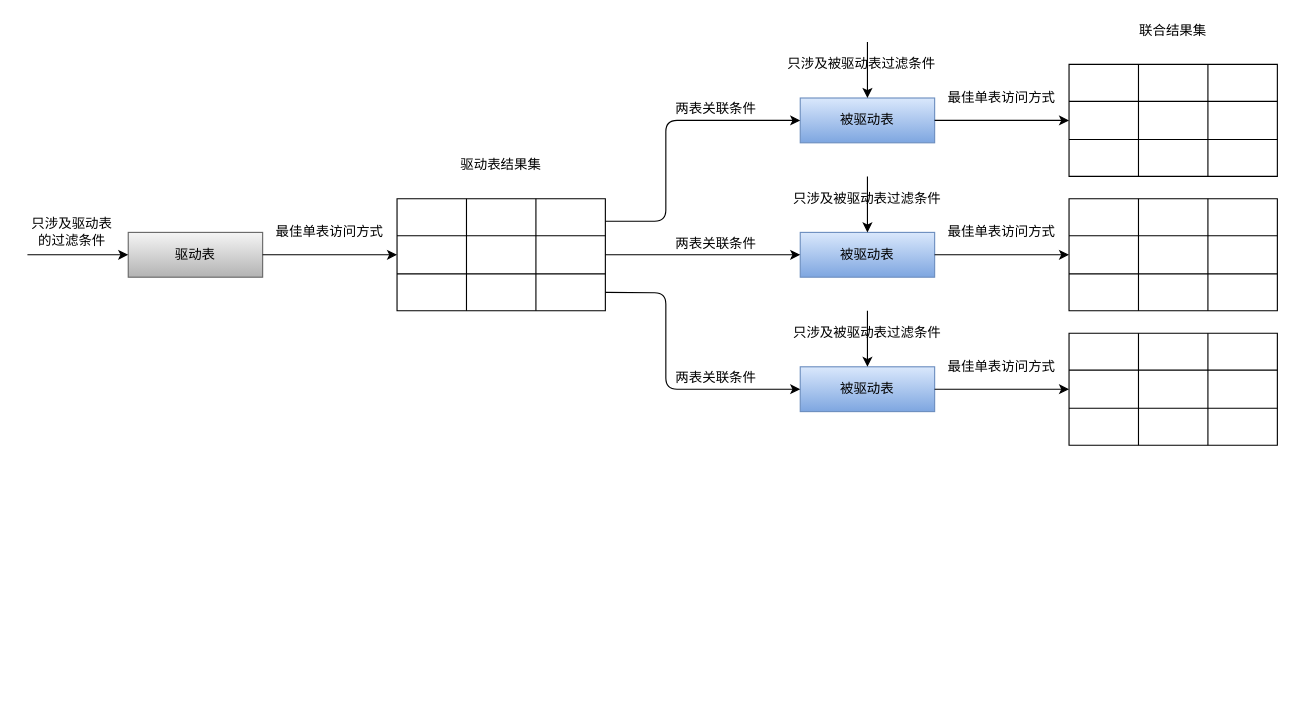
The draw.io diagram NLJ.drawio in wqfgithub/drawio, before the edit. Source tidied: cells renumbered, new cells numbered last; positions are measured from the earlier drawing's top-left corner, leaving out a move shared by most shapes. Both pictures are drawn from the tidied source at 112%, with x=0, y=0 at pixel (27, 19).
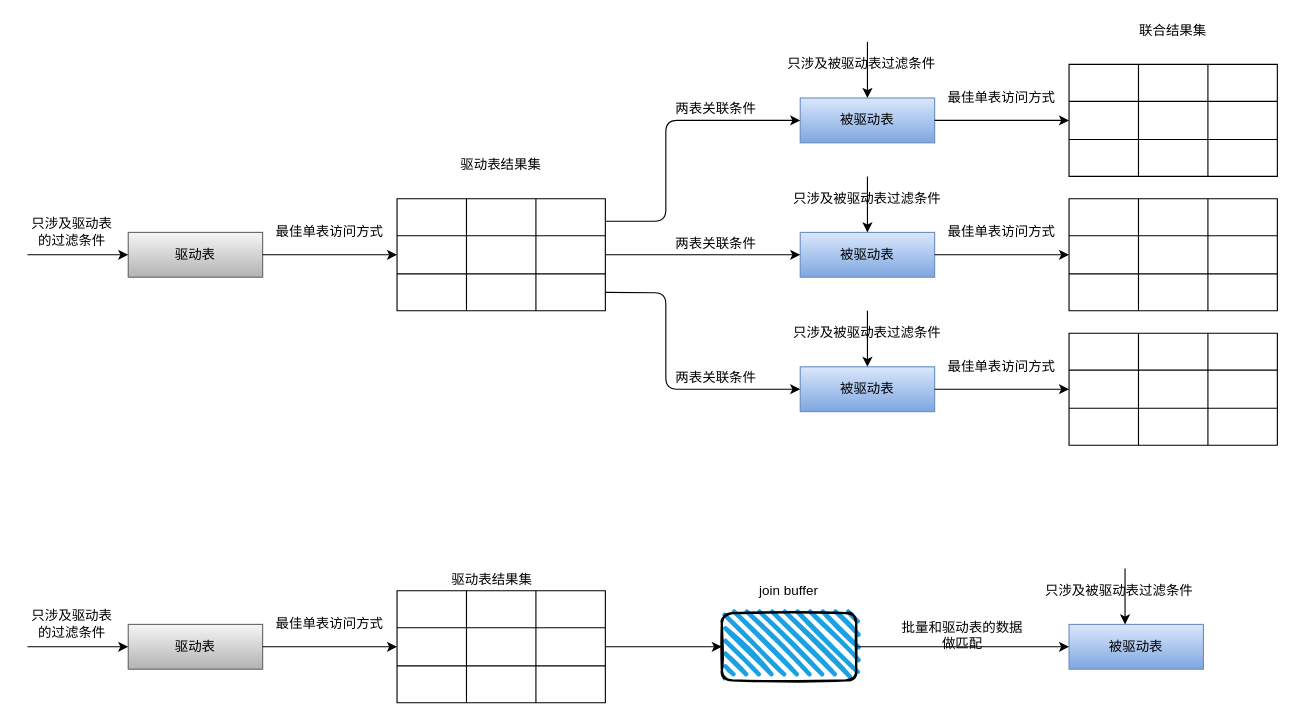
Above is the later version.

What changed in the source:
```diff
@@
+    <mxCell id="82" style="shape=table;html=1;whiteSpace=wrap;startSize=0;childLayout=tableLayout;" parent="1" vertex="1">
+      <mxGeometry x="330" y="510" width="186" height="100" as="geometry" />
+    </mxCell>
+    <mxCell id="83" style="shape=partialRectangle;html=1;whiteSpace=wrap;fillColor=none;top=0;left=0;bottom=0;right=0;" parent="82" vertex="1">
+      <mxGeometry width="186" height="33" as="geometry" />
+    </mxCell>
+    <mxCell id="84" style="shape=partialRectangle;html=1;whiteSpace=wrap;fillColor=none;top=0;left=0;bottom=0;right=0;overflow=hidden;" parent="83" vertex="1">
+      <mxGeometry width="62" height="33" as="geometry" />
+    </mxCell>
+    <mxCell id="85" style="shape=partialRectangle;html=1;whiteSpace=wrap;fillColor=none;top=0;left=0;bottom=0;right=0;overflow=hidden;" parent="83" vertex="1">
+      <mxGeometry x="62" width="62" height="33" as="geometry" />
+    </mxCell>
+    <mxCell id="86" style="shape=partialRectangle;html=1;whiteSpace=wrap;fillColor=none;top=0;left=0;bottom=0;right=0;overflow=hidden;" parent="83" vertex="1">
+      <mxGeometry x="124" width="62" height="33" as="geometry" />
+    </mxCell>
+    <mxCell id="87" style="shape=partialRectangle;html=1;whiteSpace=wrap;fillColor=none;top=0;left=0;bottom=0;right=0;points=[[0,0.5],[1,0.5]];portConstraint=eastwest;" parent="82" vertex="1">
+      <mxGeometry y="33" width="186" height="34" as="geometry" />
+    </mxCell>
+    <mxCell id="88" style="shape=partialRectangle;html=1;whiteSpace=wrap;fillColor=none;top=0;left=0;bottom=0;right=0;overflow=hidden;" parent="87" vertex="1">
+      <mxGeometry width="62" height="34" as="geometry" />
+    </mxCell>
+    <mxCell id="89" style="shape=partialRectangle;html=1;whiteSpace=wrap;fillColor=none;top=0;left=0;bottom=0;right=0;overflow=hidden;" parent="87" vertex="1">
+      <mxGeometry x="62" width="62" height="34" as="geometry" />
+    </mxCell>
+    <mxCell id="90" style="shape=partialRectangle;html=1;whiteSpace=wrap;fillColor=none;top=0;left=0;bottom=0;right=0;overflow=hidden;" parent="87" vertex="1">
+      <mxGeometry x="124" width="62" height="34" as="geometry" />
+    </mxCell>
+    <mxCell id="91" style="shape=partialRectangle;html=1;whiteSpace=wrap;fillColor=none;top=0;left=0;bottom=0;right=0;" parent="82" vertex="1">
+      <mxGeometry y="67" width="186" height="33" as="geometry" />
+    </mxCell>
+    <mxCell id="92" style="shape=partialRectangle;html=1;whiteSpace=wrap;fillColor=none;top=0;left=0;bottom=0;right=0;overflow=hidden;" parent="91" vertex="1">
+      <mxGeometry width="62" height="33" as="geometry" />
+    </mxCell>
+    <mxCell id="93" style="shape=partialRectangle;html=1;whiteSpace=wrap;fillColor=none;top=0;left=0;bottom=0;right=0;overflow=hidden;" parent="91" vertex="1">
+      <mxGeometry x="62" width="62" height="33" as="geometry" />
+    </mxCell>
+    <mxCell id="94" style="shape=partialRectangle;html=1;whiteSpace=wrap;fillColor=none;top=0;left=0;bottom=0;right=0;overflow=hidden;" parent="91" vertex="1">
+      <mxGeometry x="124" width="62" height="33" as="geometry" />
+    </mxCell>
+    <mxCell id="95" value="驱动表" style="rounded=0;whiteSpace=wrap;html=1;gradientColor=#b3b3b3;fillColor=#f5f5f5;strokeColor=#666666;" parent="1" vertex="1">
+      <mxGeometry x="90" y="540" width="120" height="40" as="geometry" />
+    </mxCell>
+    <mxCell id="96" style="endArrow=classic;html=1;" parent="1" edge="1">
+      <mxGeometry relative="1" as="geometry">
+        <mxPoint y="560" as="sourcePoint" />
+        <mxPoint x="90" y="560" as="targetPoint" />
+      </mxGeometry>
+    </mxCell>
+    <mxCell id="97" value="只涉及驱动表的过滤条件" style="text;html=1;strokeColor=none;fillColor=none;align=center;verticalAlign=middle;whiteSpace=wrap;rounded=0;" parent="1" vertex="1">
+      <mxGeometry y="530" width="80" height="20" as="geometry" />
+    </mxCell>
+    <mxCell id="98" style="endArrow=classic;html=1;exitX=1;exitY=0.5;exitDx=0;exitDy=0;entryX=0;entryY=0.5;entryDx=0;entryDy=0;" parent="1" edge="1" source="95">
+      <mxGeometry relative="1" as="geometry">
+        <mxPoint x="330" y="560" as="targetPoint" />
+      </mxGeometry>
+    </mxCell>
+    <mxCell id="99" value="最佳单表访问方式" style="text;html=1;strokeColor=none;fillColor=none;align=center;verticalAlign=middle;whiteSpace=wrap;rounded=0;" parent="1" vertex="1">
+      <mxGeometry x="220" y="520" width="100" height="40" as="geometry" />
+    </mxCell>
+    <mxCell id="100" value="驱动表结果集" style="text;html=1;strokeColor=none;fillColor=none;align=center;verticalAlign=middle;whiteSpace=wrap;rounded=0;" parent="1" vertex="1">
+      <mxGeometry x="360" y="490" width="110" height="20" as="geometry" />
+    </mxCell>
+    <mxCell id="101" style="endArrow=classic;html=1;exitX=1;exitY=0.5;exitDx=0;exitDy=0;" parent="1" edge="1" source="87">
+      <mxGeometry relative="1" as="geometry">
+        <mxPoint x="620" y="560" as="targetPoint" />
+      </mxGeometry>
+    </mxCell>
+    <mxCell id="102" style="rounded=1;whiteSpace=wrap;html=1;strokeWidth=2;fillWeight=4;hachureGap=8;hachureAngle=45;fillColor=#1ba1e2;sketch=1;" parent="1" vertex="1">
+      <mxGeometry x="620" y="530" width="120" height="60" as="geometry" />
+    </mxCell>
+    <mxCell id="103" value="join buffer" style="text;html=1;strokeColor=none;fillColor=none;align=center;verticalAlign=middle;whiteSpace=wrap;rounded=0;" parent="1" vertex="1">
+      <mxGeometry x="625" y="500" width="110" height="20" as="geometry" />
+    </mxCell>
+    <mxCell id="104" value="被驱动表" style="rounded=0;whiteSpace=wrap;html=1;gradientColor=#7ea6e0;fillColor=#dae8fc;strokeColor=#6c8ebf;" parent="1" vertex="1">
+      <mxGeometry x="930" y="540" width="120" height="40" as="geometry" />
+    </mxCell>
+    <mxCell id="105" style="endArrow=classic;html=1;exitX=1;exitY=0.5;exitDx=0;exitDy=0;entryX=0;entryY=0.5;entryDx=0;entryDy=0;entryPerimeter=0;" parent="1" edge="1" source="102" target="104">
+      <mxGeometry relative="1" as="geometry" />
+    </mxCell>
+    <mxCell id="106" value="批量和驱动表的数据做匹配" style="text;html=1;strokeColor=none;fillColor=none;align=center;verticalAlign=middle;whiteSpace=wrap;rounded=0;" parent="1" vertex="1">
+      <mxGeometry x="780" y="540" width="110" height="20" as="geometry" />
+    </mxCell>
+    <mxCell id="107" style="endArrow=classic;html=1;entryX=0.5;entryY=0;entryDx=0;entryDy=0;" parent="1" edge="1">
+      <mxGeometry relative="1" as="geometry">
+        <mxPoint x="980" y="490" as="sourcePoint" />
+        <mxPoint x="980" y="540" as="targetPoint" />
+      </mxGeometry>
+    </mxCell>
+    <mxCell id="108" value="只涉及被驱动表过滤条件" style="text;html=1;strokeColor=none;fillColor=none;align=center;verticalAlign=middle;whiteSpace=wrap;rounded=0;" parent="1" vertex="1">
+      <mxGeometry x="900" y="500" width="150" height="20" as="geometry" />
+    </mxCell>
```
